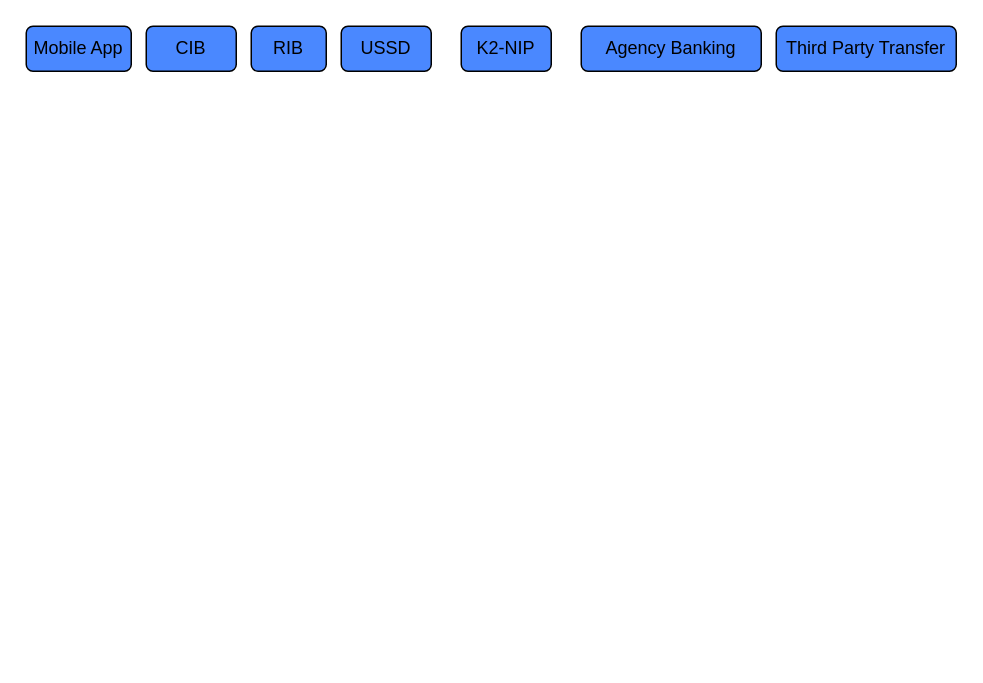
AKINTOG/Digitalskill keeps this draw.io diagram as NIP.drawio. Above is the earlier version. Source tidied: cells renumbered, new cells numbered last; positions are measured from the earlier drawing's top-left corner, leaving out a move shared by most shapes. Both pictures are drawn from the tidied source at 150%, with x=0, y=0 at pixel (26, 26).
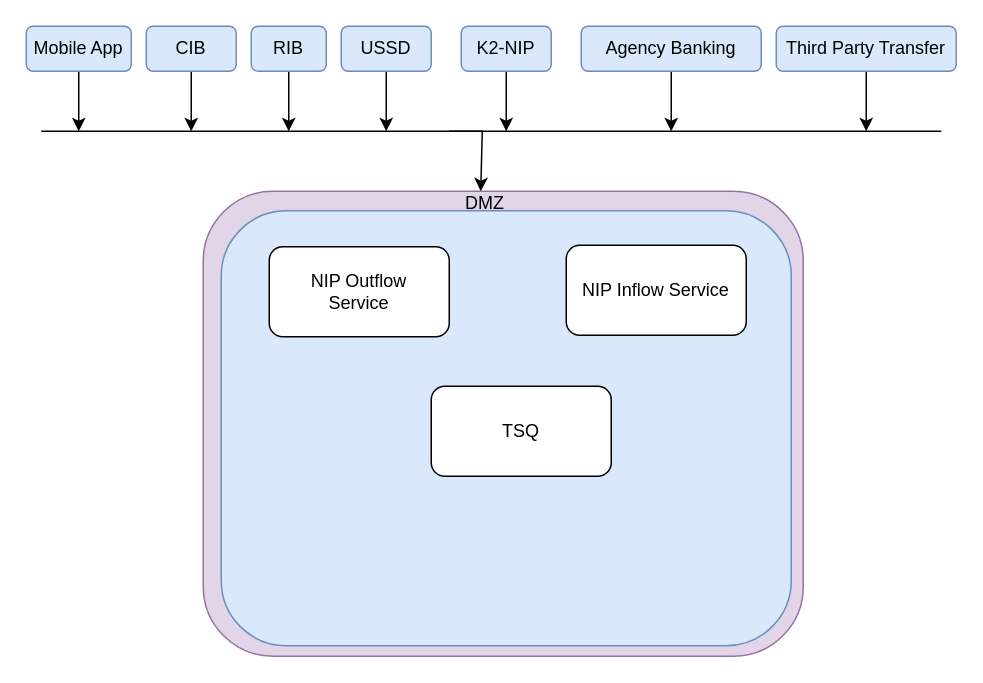
After the change.

Diff of the diagram source:
```diff
@@
+    <mxCell id="9" style="edgeStyle=orthogonalEdgeStyle;rounded=0;jettySize=auto;html=1;" parent="1" edge="1" source="2">
+      <mxGeometry relative="1" as="geometry">
+        <mxPoint x="35" y="70" as="targetPoint" />
+      </mxGeometry>
+    </mxCell>
-    <mxCell id="2" value="Mobile App" style="rounded=1;whiteSpace=wrap;html=1;fillColor=#4A88FF;" parent="1" vertex="1">
+    <mxCell id="2" value="Mobile App" style="rounded=1;whiteSpace=wrap;html=1;fillColor=#dae8fc;strokeColor=#6c8ebf;" parent="1" vertex="1">
       <mxGeometry width="70" height="30" as="geometry" />
     </mxCell>
+    <mxCell id="10" style="edgeStyle=orthogonalEdgeStyle;rounded=0;jettySize=auto;html=1;" parent="1" edge="1" source="3">
+      <mxGeometry relative="1" as="geometry">
+        <mxPoint x="110" y="70" as="targetPoint" />
+      </mxGeometry>
+    </mxCell>
-    <mxCell id="3" value="CIB" style="rounded=1;whiteSpace=wrap;html=1;fillColor=#4A88FF;" parent="1" vertex="1">
+    <mxCell id="3" value="CIB" style="rounded=1;whiteSpace=wrap;html=1;fillColor=#dae8fc;strokeColor=#6c8ebf;" parent="1" vertex="1">
       <mxGeometry x="80" width="60" height="30" as="geometry" />
     </mxCell>
+    <mxCell id="11" style="edgeStyle=orthogonalEdgeStyle;rounded=0;jettySize=auto;html=1;" parent="1" edge="1" source="4">
+      <mxGeometry relative="1" as="geometry">
+        <mxPoint x="240" y="70" as="targetPoint" />
+      </mxGeometry>
+    </mxCell>
-    <mxCell id="4" value="USSD" style="rounded=1;whiteSpace=wrap;html=1;fillColor=#4A88FF;" parent="1" vertex="1">
+    <mxCell id="4" value="USSD" style="rounded=1;whiteSpace=wrap;html=1;fillColor=#dae8fc;strokeColor=#6c8ebf;" parent="1" vertex="1">
       <mxGeometry x="210" width="60" height="30" as="geometry" />
     </mxCell>
+    <mxCell id="12" style="edgeStyle=orthogonalEdgeStyle;rounded=0;jettySize=auto;html=1;" parent="1" edge="1" source="5">
+      <mxGeometry relative="1" as="geometry">
+        <mxPoint x="320" y="70" as="targetPoint" />
+      </mxGeometry>
+    </mxCell>
-    <mxCell id="5" value="K2-NIP" style="rounded=1;whiteSpace=wrap;html=1;fillColor=#4A88FF;" parent="1" vertex="1">
+    <mxCell id="5" value="K2-NIP" style="rounded=1;whiteSpace=wrap;html=1;fillColor=#dae8fc;strokeColor=#6c8ebf;" parent="1" vertex="1">
       <mxGeometry x="290" width="60" height="30" as="geometry" />
     </mxCell>
+    <mxCell id="13" style="edgeStyle=orthogonalEdgeStyle;rounded=0;jettySize=auto;html=1;" parent="1" edge="1" source="6">
+      <mxGeometry relative="1" as="geometry">
+        <mxPoint x="175" y="70" as="targetPoint" />
+      </mxGeometry>
+    </mxCell>
-    <mxCell id="6" value="RIB" style="rounded=1;whiteSpace=wrap;html=1;fillColor=#4A88FF;" parent="1" vertex="1">
+    <mxCell id="6" value="RIB" style="rounded=1;whiteSpace=wrap;html=1;fillColor=#dae8fc;strokeColor=#6c8ebf;" parent="1" vertex="1">
       <mxGeometry x="150" width="50" height="30" as="geometry" />
     </mxCell>
+    <mxCell id="14" style="edgeStyle=orthogonalEdgeStyle;rounded=0;jettySize=auto;html=1;" parent="1" edge="1" source="7">
+      <mxGeometry relative="1" as="geometry">
+        <mxPoint x="430" y="70" as="targetPoint" />
+      </mxGeometry>
+    </mxCell>
-    <mxCell id="7" value="Agency Banking" style="rounded=1;whiteSpace=wrap;html=1;fillColor=#4A88FF;" parent="1" vertex="1">
+    <mxCell id="7" value="Agency Banking" style="rounded=1;whiteSpace=wrap;html=1;fillColor=#dae8fc;strokeColor=#6c8ebf;" parent="1" vertex="1">
       <mxGeometry x="370" width="120" height="30" as="geometry" />
     </mxCell>
+    <mxCell id="15" style="edgeStyle=orthogonalEdgeStyle;rounded=0;jettySize=auto;html=1;" parent="1" edge="1" source="8">
+      <mxGeometry relative="1" as="geometry">
+        <mxPoint x="560" y="70" as="targetPoint" />
+      </mxGeometry>
+    </mxCell>
-    <mxCell id="8" value="Third Party Transfer" style="rounded=1;whiteSpace=wrap;html=1;fillColor=#4A88FF;" parent="1" vertex="1">
+    <mxCell id="8" value="Third Party Transfer" style="rounded=1;whiteSpace=wrap;html=1;fillColor=#dae8fc;strokeColor=#6c8ebf;" parent="1" vertex="1">
       <mxGeometry x="500" width="120" height="30" as="geometry" />
     </mxCell>
+    <mxCell id="16" style="rounded=1;whiteSpace=wrap;html=1;fillColor=#e1d5e7;strokeColor=#9673a6;" parent="1" vertex="1">
+      <mxGeometry x="118" y="110" width="400" height="310" as="geometry" />
+    </mxCell>
+    <mxCell id="17" style="rounded=1;whiteSpace=wrap;html=1;fillColor=#dae8fc;strokeColor=#6c8ebf;" parent="1" vertex="1">
+      <mxGeometry x="130" y="123" width="380" height="290" as="geometry" />
+    </mxCell>
+    <mxCell id="18" value="NIP Outflow&lt;div&gt;Service&lt;/div&gt;" style="rounded=1;whiteSpace=wrap;html=1;" parent="1" vertex="1">
+      <mxGeometry x="162" y="147" width="120" height="60" as="geometry" />
+    </mxCell>
+    <mxCell id="19" value="NIP Inflow Service" style="rounded=1;whiteSpace=wrap;html=1;" parent="1" vertex="1">
+      <mxGeometry x="360" y="146" width="120" height="60" as="geometry" />
+    </mxCell>
+    <mxCell id="20" value="TSQ" style="rounded=1;whiteSpace=wrap;html=1;" parent="1" vertex="1">
+      <mxGeometry x="270" y="240" width="120" height="60" as="geometry" />
+    </mxCell>
+    <mxCell id="21" style="endArrow=none;html=1;rounded=0;" parent="1" edge="1">
+      <mxGeometry relative="1" as="geometry">
+        <mxPoint x="10" y="70" as="sourcePoint" />
+        <mxPoint x="610" y="70" as="targetPoint" />
+        <Array as="points">
+          <mxPoint x="310" y="70" />
+        </Array>
+      </mxGeometry>
+    </mxCell>
+    <mxCell id="22" value="DMZ" style="text;html=1;align=center;verticalAlign=middle;whiteSpace=wrap;rounded=0;" parent="1" vertex="1">
+      <mxGeometry x="276" y="103" width="60" height="30" as="geometry" />
+    </mxCell>
+    <mxCell id="23" style="endArrow=classic;html=1;rounded=0;" parent="1" edge="1">
+      <mxGeometry relative="1" as="geometry">
+        <mxPoint x="282" y="70" as="sourcePoint" />
+        <mxPoint x="303" y="110" as="targetPoint" />
+        <Array as="points">
+          <mxPoint x="304" y="70" />
+        </Array>
+      </mxGeometry>
+    </mxCell>
```
